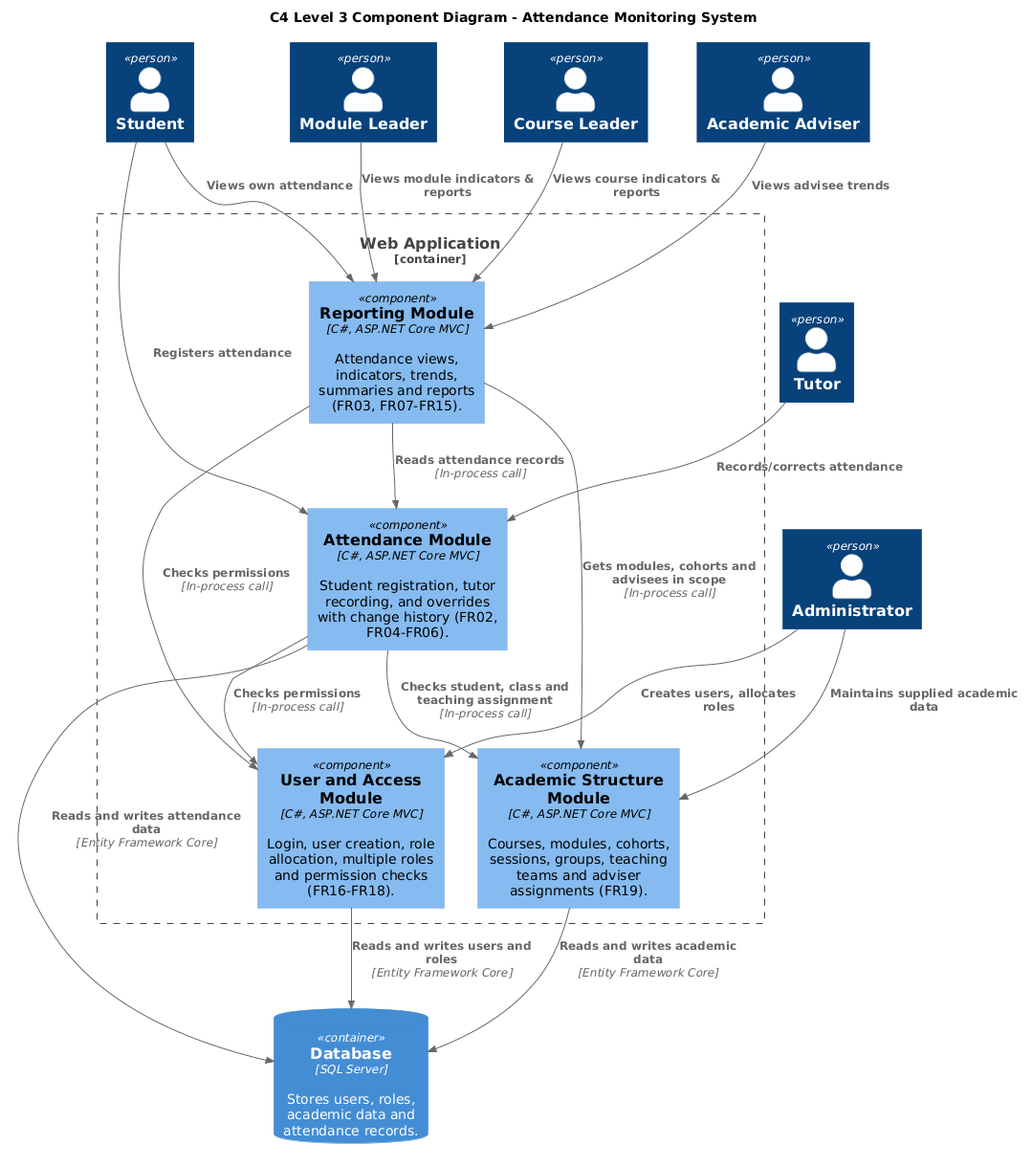
The PlantUML diagram out/diagrams/c4-level3-diagram/AttendanceMonitoringSystemC4L3.png in Shelly855/attendance-monitoring-copy, before a commit.
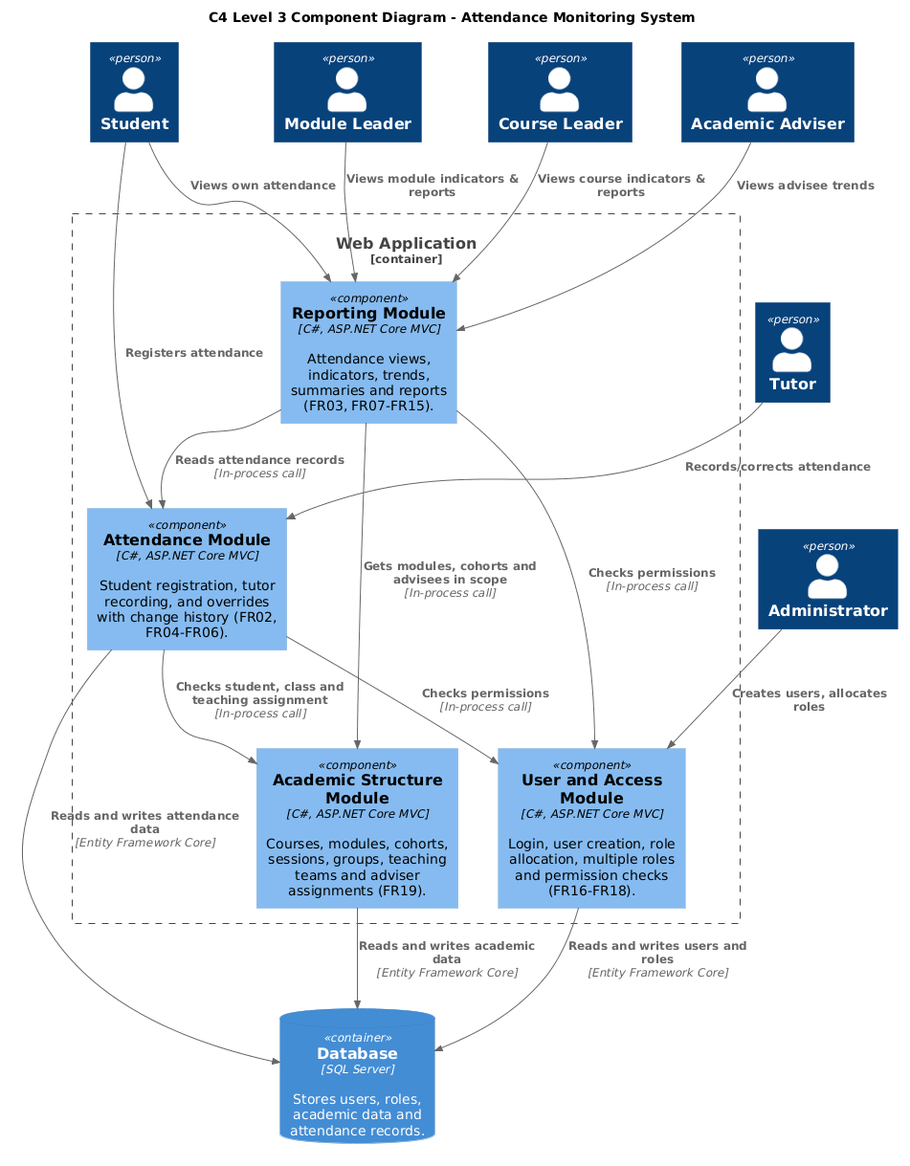
After the commit.

Change to the diagram source:
```diff
@@ -25,7 +25,6 @@
 Rel(courseLeader, reporting, "Views course indicators & reports")
 Rel(adviser, reporting, "Views advisee trends")
 Rel(admin, access, "Creates users, allocates roles")
-Rel(admin, academic, "Maintains supplied academic data")
 
 Rel(attendance, academic, "Checks student, class and teaching assignment", "In-process call")
 Rel(attendance, access, "Checks permissions", "In-process call")
```
